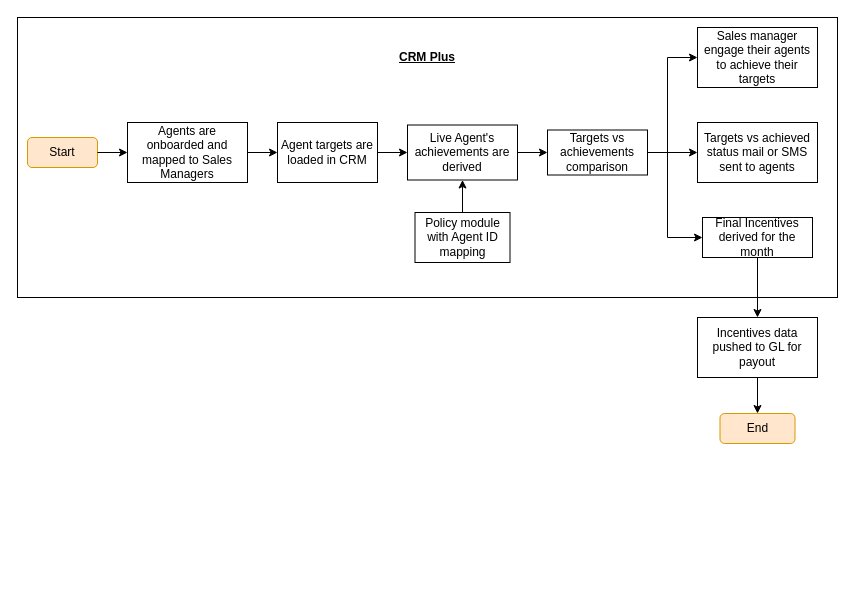
Earlier version of the draw.io diagram Distributor management.drawio (shaileshsreedar/Galaxy). Source tidied: cells renumbered, new cells numbered last; positions are measured from the earlier drawing's top-left corner, leaving out a move shared by most shapes. Both pictures are drawn from the tidied source at 100%, with x=0, y=0 at pixel (17, 17).
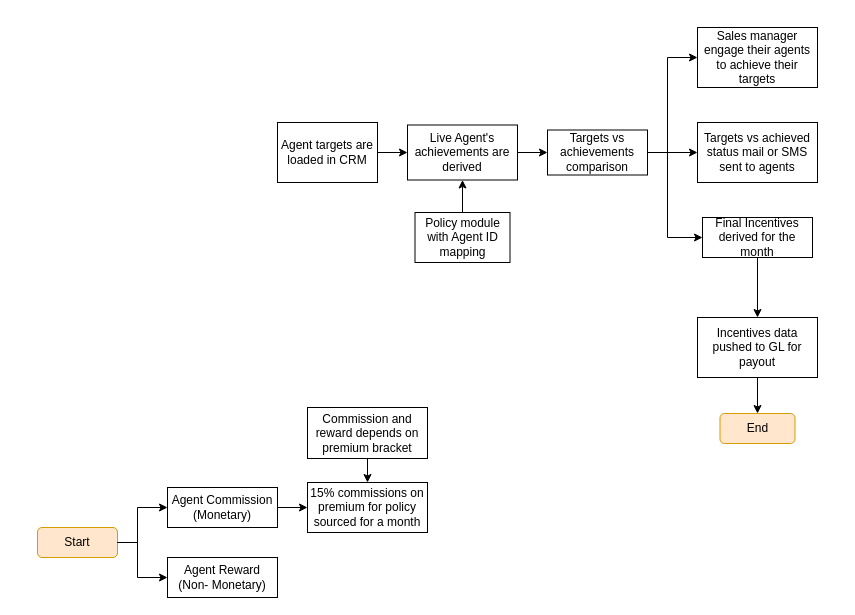
Above is the later version.

Unchanged cells that the change refers to:
```xml
<mxCell id="5" value="Agent targets are loaded in CRM" style="rounded=0;whiteSpace=wrap;html=1;" parent="1" vertex="1">
  <mxGeometry x="260" y="105" width="100" height="60" as="geometry" />
</mxCell>
```

Change to the diagram source:
```diff
@@
-    <mxCell id="2" style="rounded=0;whiteSpace=wrap;html=1;" parent="1" vertex="1">
-      <mxGeometry width="820" height="280" as="geometry" />
-    </mxCell>
     <mxCell id="3" value="Start" style="rounded=1;whiteSpace=wrap;html=1;fillColor=#ffe6cc;strokeColor=#d79b00;" parent="1" vertex="1">
-      <mxGeometry x="10" y="120" width="70" height="30" as="geometry" />
+      <mxGeometry x="20" y="510" width="80" height="30" as="geometry" />
     </mxCell>
-    <mxCell id="4" value="Agents are onboarded and mapped to Sales Managers" style="rounded=0;whiteSpace=wrap;html=1;" parent="1" vertex="1">
-      <mxGeometry x="110" y="105" width="120" height="60" as="geometry" />
+    <mxCell id="4" value="Agent Commission (Monetary)" style="rounded=0;whiteSpace=wrap;html=1;" parent="1" vertex="1">
+      <mxGeometry x="150" y="470" width="110" height="40" as="geometry" />
     </mxCell>
@@
-    <mxCell id="12" style="endArrow=classic;html=1;rounded=0;exitX=1;exitY=0.5;exitDx=0;exitDy=0;entryX=0;entryY=0.5;entryDx=0;entryDy=0;" parent="1" edge="1" source="3" target="4">
-      <mxGeometry relative="1" as="geometry" />
-    </mxCell>
@@
-    <mxCell id="14" style="endArrow=classic;html=1;rounded=0;exitX=1;exitY=0.5;exitDx=0;exitDy=0;entryX=0;entryY=0.5;entryDx=0;entryDy=0;" parent="1" edge="1" source="4" target="5">
-      <mxGeometry relative="1" as="geometry" />
-    </mxCell>
@@
-    <mxCell id="24" value="CRM Plus" style="text;html=1;align=center;verticalAlign=middle;whiteSpace=wrap;rounded=0;fontStyle=5;" parent="1" vertex="1">
-      <mxGeometry x="380" y="25" width="60" height="30" as="geometry" />
-    </mxCell>
+    <mxCell id="25" value="Agent Reward (Non- Monetary)" style="rounded=0;whiteSpace=wrap;html=1;" parent="1" vertex="1">
+      <mxGeometry x="150" y="540" width="110" height="40" as="geometry" />
+    </mxCell>
+    <mxCell id="12" style="endArrow=classic;html=1;rounded=0;exitX=1;exitY=0.5;exitDx=0;exitDy=0;entryX=0;entryY=0.5;entryDx=0;entryDy=0;" parent="1" edge="1" source="3" target="4">
+      <mxGeometry relative="1" as="geometry">
+        <Array as="points">
+          <mxPoint x="120" y="525" />
+          <mxPoint x="120" y="490" />
+        </Array>
+      </mxGeometry>
+    </mxCell>
+    <mxCell id="26" style="endArrow=classic;html=1;rounded=0;exitX=1;exitY=0.5;exitDx=0;exitDy=0;entryX=0;entryY=0.5;entryDx=0;entryDy=0;" parent="1" edge="1" source="3" target="25">
+      <mxGeometry relative="1" as="geometry">
+        <Array as="points">
+          <mxPoint x="120" y="525" />
+          <mxPoint x="120" y="560" />
+        </Array>
+      </mxGeometry>
+    </mxCell>
+    <mxCell id="27" value="15% commissions on premium for policy sourced for a month" style="rounded=0;whiteSpace=wrap;html=1;" parent="1" vertex="1">
+      <mxGeometry x="290" y="465" width="120" height="50" as="geometry" />
+    </mxCell>
+    <mxCell id="28" style="endArrow=classic;html=1;rounded=0;exitX=1;exitY=0.5;exitDx=0;exitDy=0;entryX=0;entryY=0.5;entryDx=0;entryDy=0;" parent="1" edge="1" source="4" target="27">
+      <mxGeometry relative="1" as="geometry" />
+    </mxCell>
+    <mxCell id="29" value="Commission and reward depends on premium bracket" style="rounded=0;whiteSpace=wrap;html=1;" parent="1" vertex="1">
+      <mxGeometry x="290" y="390" width="120" height="51" as="geometry" />
+    </mxCell>
+    <mxCell id="30" style="endArrow=classic;html=1;rounded=0;exitX=0.5;exitY=1;exitDx=0;exitDy=0;" parent="1" edge="1" source="29" target="27">
+      <mxGeometry relative="1" as="geometry" />
+    </mxCell>
```
